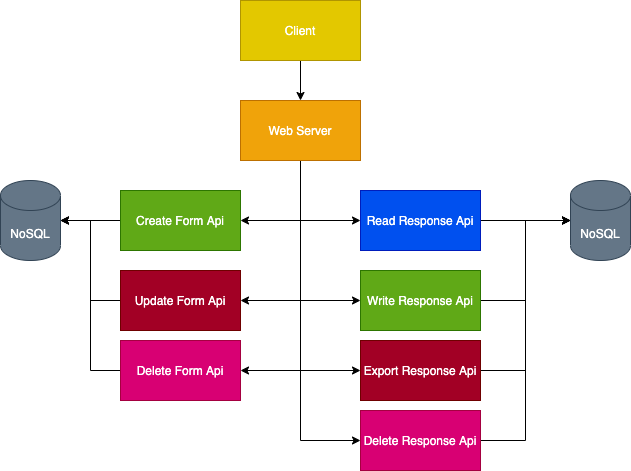
paulologeh/flexforms keeps this draw.io diagram as design_images/Design-Overview.png. Above is the earlier version. Source tidied: cells renumbered, new cells last; positions are measured from the earlier drawing's top-left corner, leaving out a move shared by most shapes. Source of this version:
```xml
<mxGraphModel>
  <root>
    <mxCell id="0" />
    <mxCell id="1" parent="0" />
    <mxCell id="2" style="edgeStyle=orthogonalEdgeStyle;rounded=0;jettySize=auto;html=1;" parent="1" edge="1" source="3" target="11">
      <mxGeometry relative="1" as="geometry" />
    </mxCell>
    <mxCell id="3" value="Client" style="rounded=0;whiteSpace=wrap;html=1;fillColor=#e3c800;strokeColor=#B09500;fontColor=#ffffff;" parent="1" vertex="1">
      <mxGeometry x="240" width="120" height="60" as="geometry" />
    </mxCell>
    <mxCell id="4" style="edgeStyle=orthogonalEdgeStyle;rounded=0;jettySize=auto;html=1;exitX=0.5;exitY=1;exitDx=0;exitDy=0;entryX=1;entryY=0.5;entryDx=0;entryDy=0;" parent="1" edge="1" source="11" target="13">
      <mxGeometry relative="1" as="geometry" />
    </mxCell>
    <mxCell id="5" style="edgeStyle=orthogonalEdgeStyle;rounded=0;jettySize=auto;html=1;exitX=0.5;exitY=1;exitDx=0;exitDy=0;entryX=1;entryY=0.5;entryDx=0;entryDy=0;" parent="1" edge="1" source="11" target="18">
      <mxGeometry relative="1" as="geometry" />
    </mxCell>
    <mxCell id="6" style="edgeStyle=orthogonalEdgeStyle;rounded=0;jettySize=auto;html=1;exitX=0.5;exitY=1;exitDx=0;exitDy=0;entryX=1;entryY=0.5;entryDx=0;entryDy=0;" parent="1" edge="1" source="11" target="16">
      <mxGeometry relative="1" as="geometry" />
    </mxCell>
    <mxCell id="7" style="edgeStyle=orthogonalEdgeStyle;rounded=0;jettySize=auto;html=1;exitX=0.5;exitY=1;exitDx=0;exitDy=0;entryX=0;entryY=0.5;entryDx=0;entryDy=0;" parent="1" edge="1" source="11" target="20">
      <mxGeometry relative="1" as="geometry" />
    </mxCell>
    <mxCell id="8" style="edgeStyle=orthogonalEdgeStyle;rounded=0;jettySize=auto;html=1;exitX=0.5;exitY=1;exitDx=0;exitDy=0;entryX=0;entryY=0.5;entryDx=0;entryDy=0;" parent="1" edge="1" source="11" target="22">
      <mxGeometry relative="1" as="geometry" />
    </mxCell>
    <mxCell id="9" style="edgeStyle=orthogonalEdgeStyle;rounded=0;jettySize=auto;html=1;exitX=0.5;exitY=1;exitDx=0;exitDy=0;entryX=0;entryY=0.5;entryDx=0;entryDy=0;" parent="1" edge="1" source="11" target="26">
      <mxGeometry relative="1" as="geometry" />
    </mxCell>
    <mxCell id="10" style="edgeStyle=orthogonalEdgeStyle;rounded=0;jettySize=auto;html=1;exitX=0.5;exitY=1;exitDx=0;exitDy=0;entryX=0;entryY=0.5;entryDx=0;entryDy=0;" parent="1" edge="1" source="11" target="24">
      <mxGeometry relative="1" as="geometry" />
    </mxCell>
    <mxCell id="11" value="Web Server&lt;br&gt;" style="rounded=0;whiteSpace=wrap;html=1;fillColor=#f0a30a;strokeColor=#BD7000;fontColor=#ffffff;" parent="1" vertex="1">
      <mxGeometry x="240" y="100" width="120" height="60" as="geometry" />
    </mxCell>
    <mxCell id="12" style="edgeStyle=orthogonalEdgeStyle;rounded=0;jettySize=auto;html=1;exitX=0;exitY=0.5;exitDx=0;exitDy=0;entryX=1;entryY=0.5;entryDx=0;entryDy=0;entryPerimeter=0;" parent="1" edge="1" source="13" target="14">
      <mxGeometry relative="1" as="geometry" />
    </mxCell>
    <mxCell id="13" value="Create Form Api" style="rounded=0;whiteSpace=wrap;html=1;fillColor=#60a917;strokeColor=#2D7600;fontColor=#ffffff;" parent="1" vertex="1">
      <mxGeometry x="120" y="190" width="120" height="60" as="geometry" />
    </mxCell>
    <mxCell id="14" value="NoSQL" style="shape=cylinder3;whiteSpace=wrap;html=1;boundedLbl=1;backgroundOutline=1;size=15;fillColor=#647687;strokeColor=#314354;fontColor=#ffffff;" parent="1" vertex="1">
      <mxGeometry y="180" width="60" height="80" as="geometry" />
    </mxCell>
    <mxCell id="15" style="edgeStyle=orthogonalEdgeStyle;rounded=0;jettySize=auto;html=1;entryX=1;entryY=0.5;entryDx=0;entryDy=0;entryPerimeter=0;" parent="1" edge="1" source="16" target="14">
      <mxGeometry relative="1" as="geometry" />
    </mxCell>
    <mxCell id="16" value="Delete Form Api" style="rounded=0;whiteSpace=wrap;html=1;fillColor=#d80073;strokeColor=#A50040;fontColor=#ffffff;" parent="1" vertex="1">
      <mxGeometry x="120" y="340" width="120" height="60" as="geometry" />
    </mxCell>
    <mxCell id="17" style="edgeStyle=orthogonalEdgeStyle;rounded=0;jettySize=auto;html=1;exitX=0;exitY=0.5;exitDx=0;exitDy=0;entryX=1;entryY=0.5;entryDx=0;entryDy=0;entryPerimeter=0;" parent="1" edge="1" source="18" target="14">
      <mxGeometry relative="1" as="geometry" />
    </mxCell>
    <mxCell id="18" value="Update Form Api" style="rounded=0;whiteSpace=wrap;html=1;fillColor=#a20025;strokeColor=#6F0000;fontColor=#ffffff;" parent="1" vertex="1">
      <mxGeometry x="120" y="270" width="120" height="60" as="geometry" />
    </mxCell>
    <mxCell id="19" style="edgeStyle=orthogonalEdgeStyle;rounded=0;jettySize=auto;html=1;" parent="1" edge="1" source="20" target="27">
      <mxGeometry relative="1" as="geometry" />
    </mxCell>
    <mxCell id="20" value="Read Response Api" style="rounded=0;whiteSpace=wrap;html=1;fillColor=#0050ef;strokeColor=#001DBC;fontColor=#ffffff;" parent="1" vertex="1">
      <mxGeometry x="360" y="190" width="120" height="60" as="geometry" />
    </mxCell>
    <mxCell id="21" style="edgeStyle=orthogonalEdgeStyle;rounded=0;jettySize=auto;html=1;exitX=1;exitY=0.5;exitDx=0;exitDy=0;entryX=0;entryY=0.5;entryDx=0;entryDy=0;entryPerimeter=0;" parent="1" edge="1" source="22" target="27">
      <mxGeometry relative="1" as="geometry" />
    </mxCell>
    <mxCell id="22" value="Write Response Api" style="rounded=0;whiteSpace=wrap;html=1;fillColor=#60a917;strokeColor=#2D7600;fontColor=#ffffff;" parent="1" vertex="1">
      <mxGeometry x="360" y="270" width="120" height="60" as="geometry" />
    </mxCell>
    <mxCell id="23" style="edgeStyle=orthogonalEdgeStyle;rounded=0;jettySize=auto;html=1;exitX=1;exitY=0.5;exitDx=0;exitDy=0;entryX=0;entryY=0.5;entryDx=0;entryDy=0;entryPerimeter=0;" parent="1" edge="1" source="24" target="27">
      <mxGeometry relative="1" as="geometry" />
    </mxCell>
    <mxCell id="24" value="Delete Response Api" style="rounded=0;whiteSpace=wrap;html=1;fillColor=#d80073;strokeColor=#A50040;fontColor=#ffffff;" parent="1" vertex="1">
      <mxGeometry x="360" y="410" width="120" height="60" as="geometry" />
    </mxCell>
    <mxCell id="25" style="edgeStyle=orthogonalEdgeStyle;rounded=0;jettySize=auto;html=1;exitX=1;exitY=0.5;exitDx=0;exitDy=0;entryX=0;entryY=0.5;entryDx=0;entryDy=0;entryPerimeter=0;" parent="1" edge="1" source="26" target="27">
      <mxGeometry relative="1" as="geometry" />
    </mxCell>
    <mxCell id="26" value="Export Response Api" style="rounded=0;whiteSpace=wrap;html=1;fillColor=#a20025;strokeColor=#6F0000;fontColor=#ffffff;" parent="1" vertex="1">
      <mxGeometry x="360" y="340" width="120" height="60" as="geometry" />
    </mxCell>
    <mxCell id="27" value="NoSQL" style="shape=cylinder3;whiteSpace=wrap;html=1;boundedLbl=1;backgroundOutline=1;size=15;fillColor=#647687;strokeColor=#314354;fontColor=#ffffff;" parent="1" vertex="1">
      <mxGeometry x="570" y="180" width="60" height="80" as="geometry" />
    </mxCell>
    <mxCell id="28" style="edgeStyle=orthogonalEdgeStyle;rounded=0;orthogonalLoop=1;jettySize=auto;html=1;exitX=0.5;exitY=1;exitDx=0;exitDy=0;" parent="1" edge="1" source="16" target="16">
      <mxGeometry relative="1" as="geometry" />
    </mxCell>
  </root>
</mxGraphModel>
```
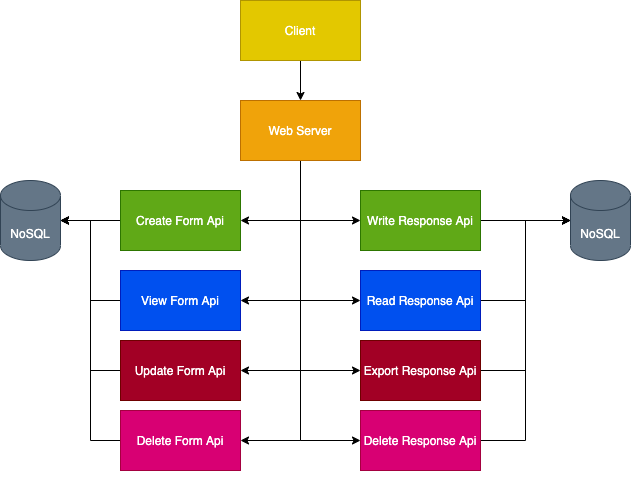
Later version of the same file.

What changed in the source:
```diff
@@ -29,6 +29,9 @@
     <mxCell id="10" style="edgeStyle=orthogonalEdgeStyle;rounded=0;jettySize=auto;html=1;exitX=0.5;exitY=1;exitDx=0;exitDy=0;entryX=0;entryY=0.5;entryDx=0;entryDy=0;" parent="1" edge="1" source="11" target="24">
       <mxGeometry relative="1" as="geometry" />
     </mxCell>
+    <mxCell id="29" style="edgeStyle=orthogonalEdgeStyle;rounded=0;jettySize=auto;html=1;entryX=1;entryY=0.5;entryDx=0;entryDy=0;" parent="1" edge="1" source="11" target="31">
+      <mxGeometry relative="1" as="geometry" />
+    </mxCell>
     <mxCell id="11" value="Web Server&lt;br&gt;" style="rounded=0;whiteSpace=wrap;html=1;fillColor=#f0a30a;strokeColor=#BD7000;fontColor=#ffffff;" parent="1" vertex="1">
       <mxGeometry x="240" y="100" width="120" height="60" as="geometry" />
     </mxCell>
@@ -45,25 +48,25 @@
       <mxGeometry relative="1" as="geometry" />
     </mxCell>
     <mxCell id="16" value="Delete Form Api" style="rounded=0;whiteSpace=wrap;html=1;fillColor=#d80073;strokeColor=#A50040;fontColor=#ffffff;" parent="1" vertex="1">
-      <mxGeometry x="120" y="340" width="120" height="60" as="geometry" />
+      <mxGeometry x="120" y="410" width="120" height="60" as="geometry" />
     </mxCell>
     <mxCell id="17" style="edgeStyle=orthogonalEdgeStyle;rounded=0;jettySize=auto;html=1;exitX=0;exitY=0.5;exitDx=0;exitDy=0;entryX=1;entryY=0.5;entryDx=0;entryDy=0;entryPerimeter=0;" parent="1" edge="1" source="18" target="14">
       <mxGeometry relative="1" as="geometry" />
     </mxCell>
     <mxCell id="18" value="Update Form Api" style="rounded=0;whiteSpace=wrap;html=1;fillColor=#a20025;strokeColor=#6F0000;fontColor=#ffffff;" parent="1" vertex="1">
-      <mxGeometry x="120" y="270" width="120" height="60" as="geometry" />
+      <mxGeometry x="120" y="340" width="120" height="60" as="geometry" />
     </mxCell>
-    <mxCell id="19" style="edgeStyle=orthogonalEdgeStyle;rounded=0;jettySize=auto;html=1;" parent="1" edge="1" source="20" target="27">
+    <mxCell id="19" style="edgeStyle=orthogonalEdgeStyle;rounded=0;jettySize=auto;html=1;exitX=1;exitY=0.5;exitDx=0;exitDy=0;entryX=0;entryY=0.5;entryDx=0;entryDy=0;entryPerimeter=0;" parent="1" edge="1" source="20" target="27">
       <mxGeometry relative="1" as="geometry" />
     </mxCell>
     <mxCell id="20" value="Read Response Api" style="rounded=0;whiteSpace=wrap;html=1;fillColor=#0050ef;strokeColor=#001DBC;fontColor=#ffffff;" parent="1" vertex="1">
-      <mxGeometry x="360" y="190" width="120" height="60" as="geometry" />
+      <mxGeometry x="360" y="270" width="120" height="60" as="geometry" />
     </mxCell>
     <mxCell id="21" style="edgeStyle=orthogonalEdgeStyle;rounded=0;jettySize=auto;html=1;exitX=1;exitY=0.5;exitDx=0;exitDy=0;entryX=0;entryY=0.5;entryDx=0;entryDy=0;entryPerimeter=0;" parent="1" edge="1" source="22" target="27">
       <mxGeometry relative="1" as="geometry" />
     </mxCell>
     <mxCell id="22" value="Write Response Api" style="rounded=0;whiteSpace=wrap;html=1;fillColor=#60a917;strokeColor=#2D7600;fontColor=#ffffff;" parent="1" vertex="1">
-      <mxGeometry x="360" y="270" width="120" height="60" as="geometry" />
+      <mxGeometry x="360" y="190" width="120" height="60" as="geometry" />
     </mxCell>
     <mxCell id="23" style="edgeStyle=orthogonalEdgeStyle;rounded=0;jettySize=auto;html=1;exitX=1;exitY=0.5;exitDx=0;exitDy=0;entryX=0;entryY=0.5;entryDx=0;entryDy=0;entryPerimeter=0;" parent="1" edge="1" source="24" target="27">
       <mxGeometry relative="1" as="geometry" />
@@ -83,5 +86,11 @@
     <mxCell id="28" style="edgeStyle=orthogonalEdgeStyle;rounded=0;orthogonalLoop=1;jettySize=auto;html=1;exitX=0.5;exitY=1;exitDx=0;exitDy=0;" parent="1" edge="1" source="16" target="16">
       <mxGeometry relative="1" as="geometry" />
     </mxCell>
+    <mxCell id="30" style="edgeStyle=orthogonalEdgeStyle;rounded=0;jettySize=auto;html=1;exitX=0;exitY=0.5;exitDx=0;exitDy=0;entryX=1;entryY=0.5;entryDx=0;entryDy=0;entryPerimeter=0;" parent="1" edge="1" source="31" target="14">
+      <mxGeometry relative="1" as="geometry" />
+    </mxCell>
+    <mxCell id="31" value="View Form Api" style="rounded=0;whiteSpace=wrap;html=1;fillColor=#0050ef;strokeColor=#001DBC;fontColor=#ffffff;" parent="1" vertex="1">
+      <mxGeometry x="120" y="270" width="120" height="60" as="geometry" />
+    </mxCell>
   </root>
 </mxGraphModel>
```
